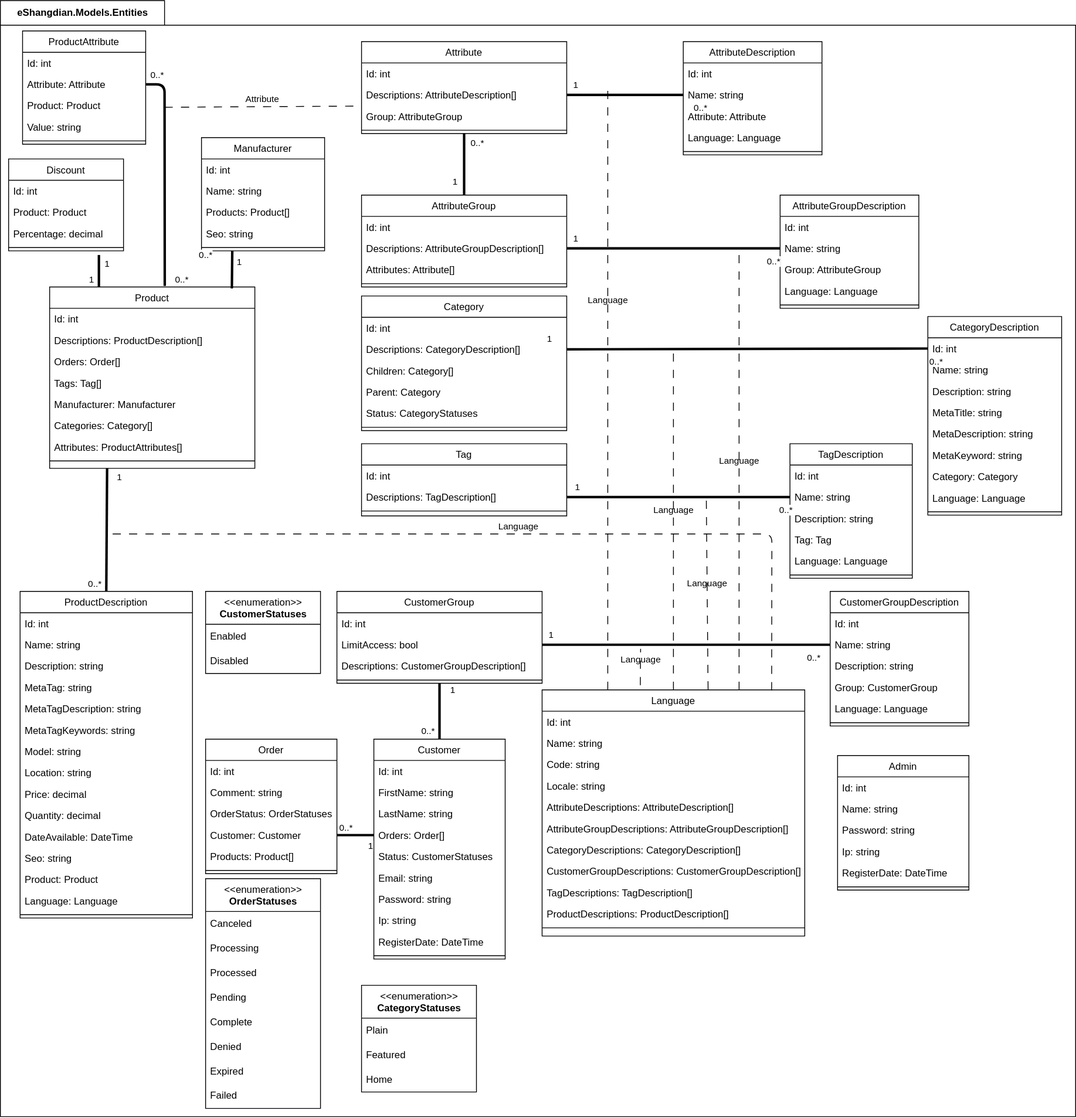
This is eShangdian.drawio.svg from tsziming/eShangdian, a draw.io export, as it was before one commit. Source tidied: cells renumbered, new cells last; positions are measured from the earlier drawing's top-left corner, leaving out a move shared by most shapes.
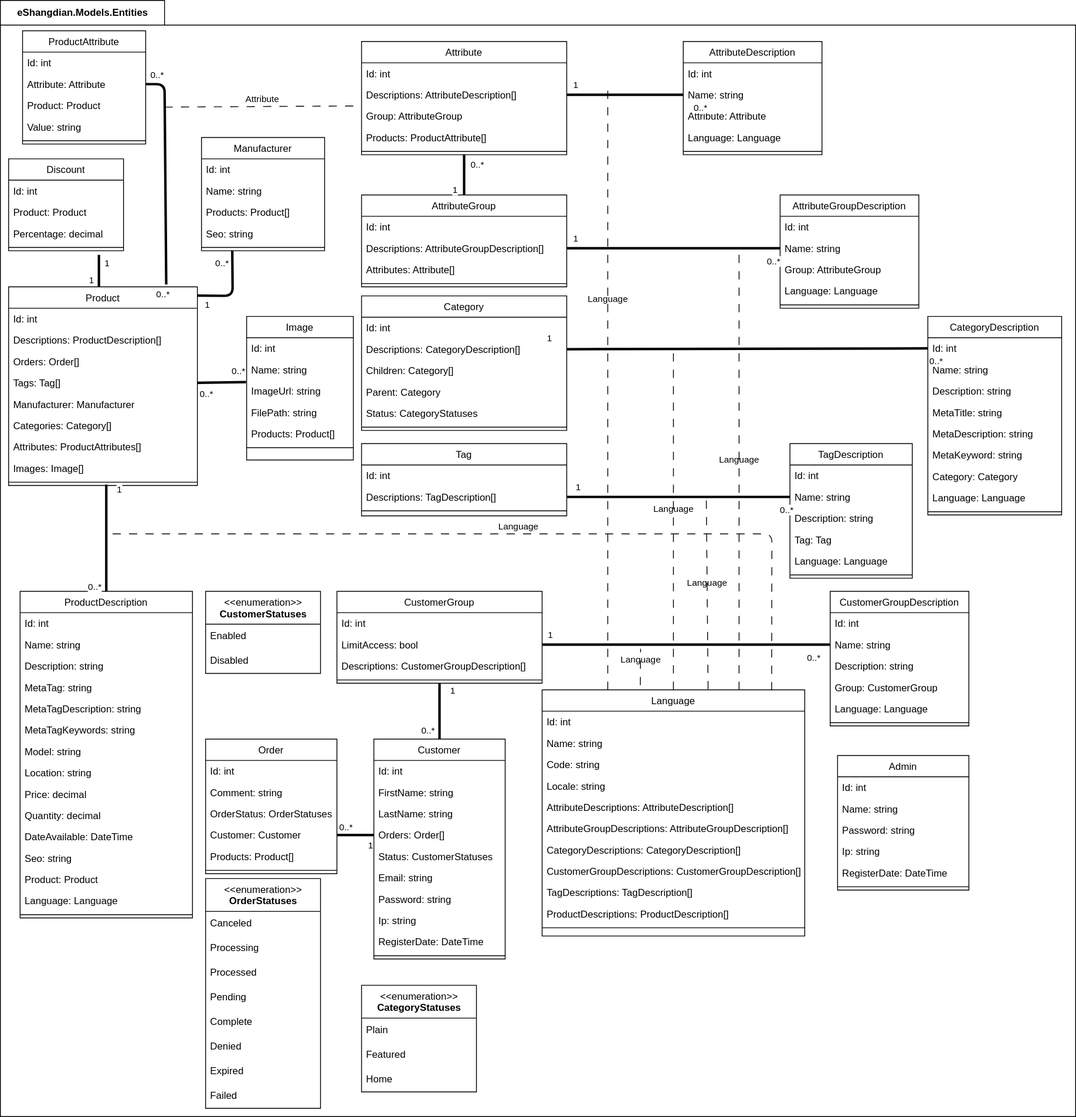
The same diagram one commit later.

Diff of the diagram source:
```diff
@@ -6,7 +6,7 @@
       <mxGeometry width="1310" height="1360" as="geometry" />
     </mxCell>
     <mxCell id="3" value="Attribute" style="swimlane;fontStyle=0;align=center;verticalAlign=top;horizontal=1;startSize=26;rounded=0;shadow=0;strokeWidth=1;" parent="2" vertex="1">
-      <mxGeometry x="440" y="50" width="250" height="112" as="geometry" />
+      <mxGeometry x="440" y="50" width="250" height="138" as="geometry" />
     </mxCell>
     <mxCell id="4" value="Id: int" style="text;align=left;verticalAlign=top;spacingLeft=4;spacingRight=4;overflow=hidden;" parent="3" vertex="1">
       <mxGeometry y="26" width="250" height="26" as="geometry" />
@@ -17,8 +17,11 @@
     <mxCell id="6" value="Group: AttributeGroup" style="text;align=left;verticalAlign=top;spacingLeft=4;spacingRight=4;overflow=hidden;points=[[0,0.5],[1,0.5]];portConstraint=eastwest;" parent="3" vertex="1">
       <mxGeometry y="78" width="250" height="26" as="geometry" />
     </mxCell>
+    <mxCell id="203" value="Products: ProductAttribute[]" style="text;align=left;verticalAlign=top;spacingLeft=4;spacingRight=4;overflow=hidden;" parent="3" vertex="1">
+      <mxGeometry y="104" width="250" height="26" as="geometry" />
+    </mxCell>
     <mxCell id="7" style="line;html=1;strokeWidth=1;align=left;verticalAlign=middle;spacingTop=-1;spacingLeft=3;spacingRight=3;labelPosition=right;" parent="3" vertex="1">
-      <mxGeometry y="104" width="250" height="8" as="geometry" />
+      <mxGeometry y="130" width="250" height="8" as="geometry" />
     </mxCell>
     <mxCell id="8" value="Admin" style="swimlane;fontStyle=0;align=center;verticalAlign=top;horizontal=1;startSize=26;rounded=0;shadow=0;strokeWidth=1;" parent="2" vertex="1">
       <mxGeometry x="1020" y="920" width="160" height="164" as="geometry" />
@@ -123,12 +126,12 @@
     </mxCell>
     <mxCell id="39" value="1" style="edgeLabel;html=1;align=center;verticalAlign=middle;" parent="38" vertex="1">
       <mxGeometry x="-0.53" y="2" relative="1" as="geometry">
-        <mxPoint x="-14" y="41" as="offset" />
+        <mxPoint x="-14" y="30" as="offset" />
       </mxGeometry>
     </mxCell>
     <mxCell id="40" value="0..*" style="edgeLabel;html=1;align=center;verticalAlign=middle;" parent="38" vertex="1">
       <mxGeometry x="0.6" relative="1" as="geometry">
-        <mxPoint x="15" y="-49" as="offset" />
+        <mxPoint x="15" y="-27" as="offset" />
       </mxGeometry>
     </mxCell>
     <mxCell id="41" value="Customer" style="swimlane;fontStyle=0;align=center;verticalAlign=top;horizontal=1;startSize=26;rounded=0;shadow=0;strokeWidth=1;" parent="2" vertex="1">
@@ -434,31 +437,34 @@
       </mxGeometry>
     </mxCell>
     <mxCell id="135" value="Product" style="swimlane;fontStyle=0;align=center;verticalAlign=top;horizontal=1;startSize=26;rounded=0;shadow=0;strokeWidth=1;" parent="2" vertex="1">
-      <mxGeometry x="60" y="349" width="250" height="221" as="geometry" />
+      <mxGeometry x="10" y="349" width="230" height="242" as="geometry" />
     </mxCell>
     <mxCell id="136" value="Id: int" style="text;align=left;verticalAlign=top;spacingLeft=4;spacingRight=4;overflow=hidden;" parent="135" vertex="1">
-      <mxGeometry y="26" width="250" height="26" as="geometry" />
+      <mxGeometry y="26" width="230" height="26" as="geometry" />
     </mxCell>
     <mxCell id="137" value="Descriptions: ProductDescription[]" style="text;align=left;verticalAlign=top;spacingLeft=4;spacingRight=4;overflow=hidden;" parent="135" vertex="1">
-      <mxGeometry y="52" width="250" height="26" as="geometry" />
+      <mxGeometry y="52" width="230" height="26" as="geometry" />
     </mxCell>
     <mxCell id="138" value="Orders: Order[]" style="text;align=left;verticalAlign=top;spacingLeft=4;spacingRight=4;overflow=hidden;" parent="135" vertex="1">
-      <mxGeometry y="78" width="250" height="26" as="geometry" />
+      <mxGeometry y="78" width="230" height="26" as="geometry" />
     </mxCell>
     <mxCell id="139" value="Tags: Tag[]" style="text;align=left;verticalAlign=top;spacingLeft=4;spacingRight=4;overflow=hidden;points=[[0,0.5],[1,0.5]];portConstraint=eastwest;" parent="135" vertex="1">
-      <mxGeometry y="104" width="250" height="26" as="geometry" />
+      <mxGeometry y="104" width="230" height="26" as="geometry" />
     </mxCell>
     <mxCell id="140" value="Manufacturer: Manufacturer" style="text;align=left;verticalAlign=top;spacingLeft=4;spacingRight=4;overflow=hidden;" parent="135" vertex="1">
-      <mxGeometry y="130" width="250" height="26" as="geometry" />
+      <mxGeometry y="130" width="230" height="26" as="geometry" />
     </mxCell>
     <mxCell id="141" value="Categories: Category[]" style="text;align=left;verticalAlign=top;spacingLeft=4;spacingRight=4;overflow=hidden;" parent="135" vertex="1">
-      <mxGeometry y="156" width="250" height="26" as="geometry" />
+      <mxGeometry y="156" width="230" height="26" as="geometry" />
     </mxCell>
     <mxCell id="142" value="Attributes: ProductAttributes[]" style="text;align=left;verticalAlign=top;spacingLeft=4;spacingRight=4;overflow=hidden;" parent="135" vertex="1">
-      <mxGeometry y="182" width="250" height="26" as="geometry" />
+      <mxGeometry y="182" width="230" height="26" as="geometry" />
     </mxCell>
+    <mxCell id="204" value="Images: Image[]" style="text;align=left;verticalAlign=top;spacingLeft=4;spacingRight=4;overflow=hidden;" parent="135" vertex="1">
+      <mxGeometry y="208" width="230" height="26" as="geometry" />
+    </mxCell>
     <mxCell id="143" style="line;html=1;strokeWidth=1;align=left;verticalAlign=middle;spacingTop=-1;spacingLeft=3;spacingRight=3;labelPosition=right;" parent="135" vertex="1">
-      <mxGeometry y="208" width="250" height="8" as="geometry" />
+      <mxGeometry y="234" width="230" height="8" as="geometry" />
     </mxCell>
     <mxCell id="144" value="ProductDescription" style="swimlane;fontStyle=0;align=center;verticalAlign=top;horizontal=1;startSize=26;rounded=0;shadow=0;strokeWidth=1;" parent="2" vertex="1">
       <mxGeometry x="24" y="720" width="210" height="398" as="geometry" />
@@ -510,7 +516,7 @@
     </mxCell>
     <mxCell id="160" style="endArrow=none;startArrow=none;endFill=0;startFill=0;endSize=8;html=1;verticalAlign=bottom;labelBackgroundColor=none;strokeWidth=3;entryX=0.5;entryY=0;entryDx=0;entryDy=0;" parent="2" edge="1" target="144">
       <mxGeometry relative="1" as="geometry">
-        <mxPoint x="130" y="570" as="sourcePoint" />
+        <mxPoint x="129" y="590" as="sourcePoint" />
       </mxGeometry>
     </mxCell>
     <mxCell id="161" value="1" style="edgeLabel;html=1;align=center;verticalAlign=middle;" parent="160" vertex="1">
@@ -556,12 +562,16 @@
     <mxCell id="173" style="line;html=1;strokeWidth=1;align=left;verticalAlign=middle;spacingTop=-1;spacingLeft=3;spacingRight=3;labelPosition=right;" parent="168" vertex="1">
       <mxGeometry y="130" width="150" height="8" as="geometry" />
     </mxCell>
-    <mxCell id="174" style="endArrow=none;startArrow=none;endFill=0;startFill=0;endSize=8;html=1;verticalAlign=bottom;labelBackgroundColor=none;strokeWidth=3;exitX=0.25;exitY=1;exitDx=0;exitDy=0;entryX=0.888;entryY=0.008;entryDx=0;entryDy=0;entryPerimeter=0;" parent="2" edge="1" source="168" target="135">
-      <mxGeometry relative="1" as="geometry" />
+    <mxCell id="174" style="endArrow=none;startArrow=none;endFill=0;startFill=0;endSize=8;html=1;verticalAlign=bottom;labelBackgroundColor=none;strokeWidth=3;entryX=1;entryY=0.044;entryDx=0;entryDy=0;entryPerimeter=0;exitX=0.25;exitY=1;exitDx=0;exitDy=0;" parent="2" edge="1" source="168" target="135">
+      <mxGeometry relative="1" as="geometry">
+        <Array as="points">
+          <mxPoint x="283" y="360" />
+        </Array>
+      </mxGeometry>
     </mxCell>
     <mxCell id="175" value="1" style="edgeLabel;html=1;align=center;verticalAlign=middle;" parent="174" vertex="1">
       <mxGeometry x="-0.53" y="2" relative="1" as="geometry">
-        <mxPoint x="6" y="2" as="offset" />
+        <mxPoint x="-33" y="43" as="offset" />
       </mxGeometry>
     </mxCell>
     <mxCell id="176" value="0..*" style="edgeLabel;html=1;align=center;verticalAlign=middle;" parent="174" vertex="1">
@@ -587,7 +597,7 @@
     <mxCell id="182" style="line;html=1;strokeWidth=1;align=left;verticalAlign=middle;spacingTop=-1;spacingLeft=3;spacingRight=3;labelPosition=right;" parent="177" vertex="1">
       <mxGeometry y="130" width="150" height="8" as="geometry" />
     </mxCell>
-    <mxCell id="183" style="endArrow=none;startArrow=none;endFill=0;startFill=0;endSize=8;html=1;verticalAlign=bottom;labelBackgroundColor=none;strokeWidth=3;exitX=1;exitY=0.5;exitDx=0;exitDy=0;entryX=0.561;entryY=-0.006;entryDx=0;entryDy=0;entryPerimeter=0;" parent="2" edge="1" source="179" target="135">
+    <mxCell id="183" style="endArrow=none;startArrow=none;endFill=0;startFill=0;endSize=8;html=1;verticalAlign=bottom;labelBackgroundColor=none;strokeWidth=3;exitX=1;exitY=0.5;exitDx=0;exitDy=0;entryX=0.835;entryY=-0.012;entryDx=0;entryDy=0;entryPerimeter=0;" parent="2" edge="1" source="179" target="135">
       <mxGeometry relative="1" as="geometry">
         <Array as="points">
           <mxPoint x="200" y="102" />
@@ -601,7 +611,7 @@
     </mxCell>
     <mxCell id="185" value="0..*" style="edgeLabel;html=1;align=center;verticalAlign=middle;" parent="183" vertex="1">
       <mxGeometry x="0.6" relative="1" as="geometry">
-        <mxPoint x="49" y="15" as="offset" />
+        <mxPoint x="68" y="26" as="offset" />
       </mxGeometry>
     </mxCell>
     <mxCell id="186" value="&amp;lt;&amp;lt;enumeration&amp;gt;&amp;gt;&lt;br&gt;&lt;b&gt;CustomerStatuses&lt;/b&gt;" style="swimlane;fontStyle=0;align=center;verticalAlign=top;horizontal=1;startSize=40;html=1;" parent="2" vertex="1">
@@ -625,6 +635,40 @@
     <mxCell id="192" value="Home" style="text;html=1;strokeColor=none;fillColor=none;align=left;verticalAlign=middle;spacingLeft=4;spacingRight=4;overflow=hidden;" parent="189" vertex="1">
       <mxGeometry y="100" width="140" height="30" as="geometry" />
     </mxCell>
+    <mxCell id="205" value="Image" style="swimlane;fontStyle=0;align=center;verticalAlign=top;horizontal=1;startSize=26;rounded=0;shadow=0;strokeWidth=1;" parent="2" vertex="1">
+      <mxGeometry x="300" y="385" width="130" height="175" as="geometry" />
+    </mxCell>
+    <mxCell id="206" value="Id: int" style="text;align=left;verticalAlign=top;spacingLeft=4;spacingRight=4;overflow=hidden;" parent="205" vertex="1">
+      <mxGeometry y="26" width="130" height="26" as="geometry" />
+    </mxCell>
+    <mxCell id="207" value="Name: string" style="text;align=left;verticalAlign=top;spacingLeft=4;spacingRight=4;overflow=hidden;" parent="205" vertex="1">
+      <mxGeometry y="52" width="130" height="26" as="geometry" />
+    </mxCell>
+    <mxCell id="208" value="ImageUrl: string" style="text;align=left;verticalAlign=top;spacingLeft=4;spacingRight=4;overflow=hidden;points=[[0,0.5],[1,0.5]];portConstraint=eastwest;" parent="205" vertex="1">
+      <mxGeometry y="78" width="130" height="26" as="geometry" />
+    </mxCell>
+    <mxCell id="209" value="FilePath: string" style="text;align=left;verticalAlign=top;spacingLeft=4;spacingRight=4;overflow=hidden;" parent="205" vertex="1">
+      <mxGeometry y="104" width="130" height="26" as="geometry" />
+    </mxCell>
+    <mxCell id="210" value="Products: Product[]" style="text;align=left;verticalAlign=top;spacingLeft=4;spacingRight=4;overflow=hidden;" parent="205" vertex="1">
+      <mxGeometry y="130" width="130" height="26" as="geometry" />
+    </mxCell>
+    <mxCell id="211" style="line;html=1;strokeWidth=1;align=left;verticalAlign=middle;spacingTop=-1;spacingLeft=3;spacingRight=3;labelPosition=right;" parent="205" vertex="1">
+      <mxGeometry y="156" width="130" height="8" as="geometry" />
+    </mxCell>
+    <mxCell id="212" style="endArrow=none;startArrow=none;endFill=0;startFill=0;endSize=8;html=1;verticalAlign=bottom;labelBackgroundColor=none;strokeWidth=3;entryX=1;entryY=0.5;entryDx=0;entryDy=0;exitX=-0.006;exitY=0.079;exitDx=0;exitDy=0;exitPerimeter=0;" parent="2" edge="1" source="208" target="139">
+      <mxGeometry relative="1" as="geometry" />
+    </mxCell>
+    <mxCell id="213" value="0..*" style="edgeLabel;html=1;align=center;verticalAlign=middle;" parent="212" vertex="1">
+      <mxGeometry x="-0.53" y="2" relative="1" as="geometry">
+        <mxPoint x="3" y="-16" as="offset" />
+      </mxGeometry>
+    </mxCell>
+    <mxCell id="214" value="0..*" style="edgeLabel;html=1;align=center;verticalAlign=middle;" parent="212" vertex="1">
+      <mxGeometry x="0.6" relative="1" as="geometry">
+        <mxPoint x="-1" y="14" as="offset" />
+      </mxGeometry>
+    </mxCell>
     <mxCell id="193" value="Language" style="endArrow=none;startArrow=none;endFill=0;startFill=0;endSize=8;html=1;verticalAlign=bottom;dashed=1;labelBackgroundColor=none;dashPattern=10 10;exitX=0.5;exitY=0;exitDx=0;exitDy=0;" parent="1" edge="1" source="77">
       <mxGeometry relative="1" as="geometry">
         <mxPoint x="820" y="420" as="targetPoint" />
```
